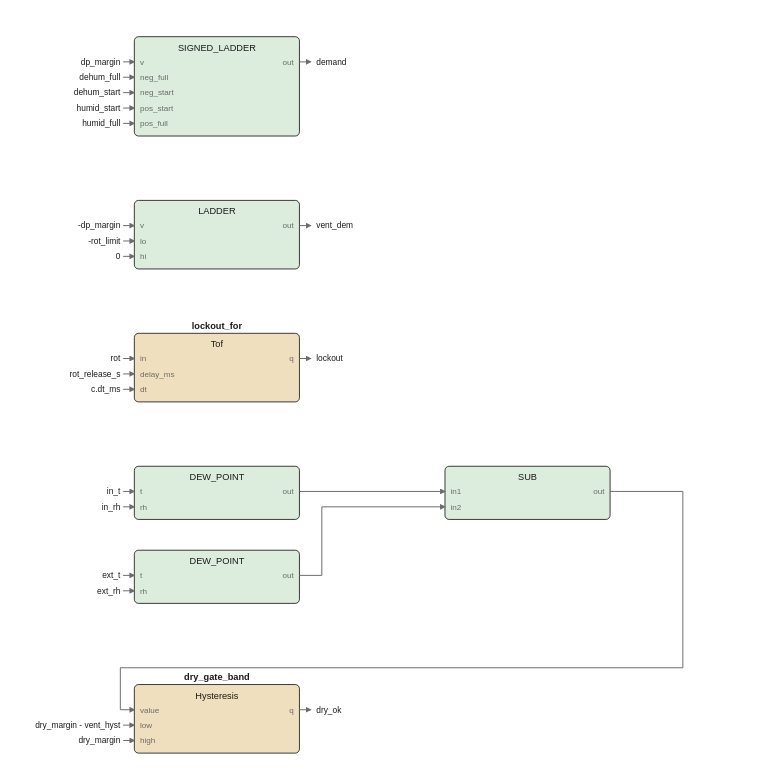
This is images/logic/humidity_fbd.drawio.svg from pstch/botanik2, a draw.io export, as it was before one commit. Source tidied: cells renumbered, new cells last; positions are measured from the earlier drawing's top-left corner, leaving out a move shared by most shapes.
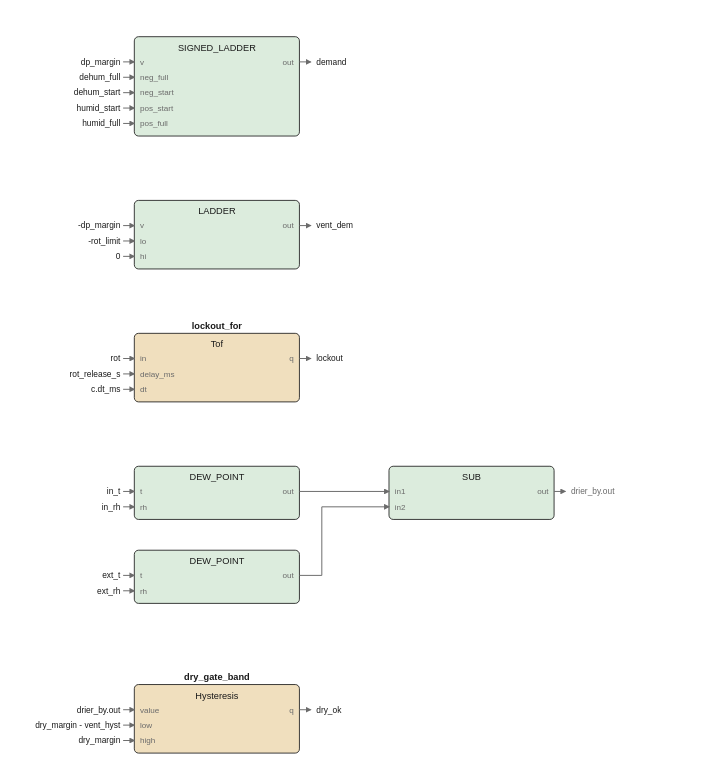
The same file after the commit.

Diff of the diagram source:
```diff
@@ -96,19 +96,19 @@
       <mxGeometry x="124" y="381.2" width="40" height="9.8" as="geometry" />
     </mxCell>
     <mxCell id="33" style="rounded=1;fillColor=#dcecdd;strokeColor=#1a1a1a;whiteSpace=wrap;html=1;fontSize=8;" parent="1" vertex="1">
-      <mxGeometry x="232" y="307" width="118" height="38" as="geometry" />
+      <mxGeometry x="192" y="307" width="118" height="38" as="geometry" />
     </mxCell>
     <mxCell id="34" value="SUB" style="text;html=1;fontSize=6;fontColor=#1a1a1a;align=center;" parent="1" vertex="1">
-      <mxGeometry x="291" y="310.4" width="40" height="10.6" as="geometry" />
+      <mxGeometry x="251" y="310.4" width="40" height="10.6" as="geometry" />
     </mxCell>
     <mxCell id="35" value="in1" style="text;html=1;fontSize=5;fontColor=#6b6b6b;align=left;" parent="1" vertex="1">
-      <mxGeometry x="236" y="321.2" width="40" height="9.8" as="geometry" />
+      <mxGeometry x="196" y="321.2" width="40" height="9.8" as="geometry" />
     </mxCell>
     <mxCell id="36" value="in2" style="text;html=1;fontSize=5;fontColor=#6b6b6b;align=left;" parent="1" vertex="1">
-      <mxGeometry x="236" y="332.2" width="40" height="9.8" as="geometry" />
+      <mxGeometry x="196" y="332.2" width="40" height="9.8" as="geometry" />
     </mxCell>
     <mxCell id="37" value="out" style="text;html=1;fontSize=5;fontColor=#6b6b6b;align=left;" parent="1" vertex="1">
-      <mxGeometry x="346" y="321.2" width="40" height="9.8" as="geometry" />
+      <mxGeometry x="306" y="321.2" width="40" height="9.8" as="geometry" />
     </mxCell>
     <mxCell id="38" style="rounded=1;fillColor=#f0dfbe;strokeColor=#1a1a1a;whiteSpace=wrap;html=1;fontSize=8;" parent="1" vertex="1">
       <mxGeometry x="10" y="463" width="118" height="49" as="geometry" />
@@ -169,184 +169,190 @@
     </mxCell>
     <mxCell id="53" style="edgeStyle=none;html=1;strokeColor=#6b6b6b;endArrow=block;" parent="1" edge="1">
       <mxGeometry relative="1" as="geometry">
-        <mxPoint x="128" y="325" as="sourcePoint" />
-        <mxPoint x="232" y="325" as="targetPoint" />
+        <mxPoint x="310" y="325" as="sourcePoint" />
+        <mxPoint x="318" y="325" as="targetPoint" />
       </mxGeometry>
     </mxCell>
-    <mxCell id="54" style="edgeStyle=none;html=1;strokeColor=#6b6b6b;endArrow=block;" parent="1" edge="1">
-      <mxGeometry relative="1" as="geometry">
-        <mxPoint x="128" y="385" as="sourcePoint" />
-        <mxPoint x="232" y="336" as="targetPoint" />
-        <Array as="points">
-          <mxPoint x="144" y="385" />
-          <mxPoint x="144" y="336" />
-        </Array>
-      </mxGeometry>
-    </mxCell>
+    <mxCell id="90" value="drier_by.out" style="text;html=1;fontSize=6;fontColor=#6b6b6b;align=left;" parent="1" vertex="1">
+      <mxGeometry x="322" y="321" width="60" height="10" as="geometry" />
+    </mxCell>
     <mxCell id="55" style="edgeStyle=none;html=1;strokeColor=#6b6b6b;endArrow=block;" parent="1" edge="1">
       <mxGeometry relative="1" as="geometry">
-        <mxPoint x="350" y="325" as="sourcePoint" />
-        <mxPoint x="10" y="481" as="targetPoint" />
-        <Array as="points">
-          <mxPoint x="402" y="325" />
-          <mxPoint x="402" y="451" />
-          <mxPoint y="451" />
-          <mxPoint y="481" />
-        </Array>
+        <mxPoint x="128" y="325" as="sourcePoint" />
+        <mxPoint x="192" y="325" as="targetPoint" />
       </mxGeometry>
     </mxCell>
+    <mxCell id="91" style="edgeStyle=none;html=1;strokeColor=#6b6b6b;endArrow=block;" parent="1" edge="1">
+      <mxGeometry relative="1" as="geometry">
+        <mxPoint x="128" y="385" as="sourcePoint" />
+        <mxPoint x="192" y="336" as="targetPoint" />
+        <Array as="points">
+          <mxPoint x="144" y="385" />
+          <mxPoint x="144" y="336" />
+        </Array>
+      </mxGeometry>
+    </mxCell>
     <mxCell id="56" value="dp_margin" style="text;html=1;fontSize=6;fontColor=#1a1a1a;align=left;" parent="1" vertex="1">
       <mxGeometry y="14" width="45" height="10" as="geometry" />
     </mxCell>
-    <mxCell id="57" style="edgeStyle=none;html=1;strokeColor=#6b6b6b;endArrow=block;" parent="1" edge="1">
-      <mxGeometry relative="1" as="geometry">
-        <mxPoint x="2" y="18" as="sourcePoint" />
-        <mxPoint x="10" y="18" as="targetPoint" />
-      </mxGeometry>
-    </mxCell>
+    <mxCell id="92" style="edgeStyle=none;html=1;strokeColor=#6b6b6b;endArrow=block;" parent="1" edge="1">
+      <mxGeometry relative="1" as="geometry">
+        <mxPoint x="2" y="18" as="sourcePoint" />
+        <mxPoint x="10" y="18" as="targetPoint" />
+      </mxGeometry>
+    </mxCell>
     <mxCell id="58" value="dehum_full" style="text;html=1;fontSize=6;fontColor=#1a1a1a;align=left;" parent="1" vertex="1">
       <mxGeometry y="25" width="50" height="10" as="geometry" />
     </mxCell>
-    <mxCell id="59" style="edgeStyle=none;html=1;strokeColor=#6b6b6b;endArrow=block;" parent="1" edge="1">
-      <mxGeometry relative="1" as="geometry">
-        <mxPoint x="2" y="29" as="sourcePoint" />
-        <mxPoint x="10" y="29" as="targetPoint" />
-      </mxGeometry>
-    </mxCell>
+    <mxCell id="93" style="edgeStyle=none;html=1;strokeColor=#6b6b6b;endArrow=block;" parent="1" edge="1">
+      <mxGeometry relative="1" as="geometry">
+        <mxPoint x="2" y="29" as="sourcePoint" />
+        <mxPoint x="10" y="29" as="targetPoint" />
+      </mxGeometry>
+    </mxCell>
     <mxCell id="60" value="dehum_start" style="text;html=1;fontSize=6;fontColor=#1a1a1a;align=left;" parent="1" vertex="1">
       <mxGeometry y="36" width="55" height="10" as="geometry" />
     </mxCell>
-    <mxCell id="61" style="edgeStyle=none;html=1;strokeColor=#6b6b6b;endArrow=block;" parent="1" edge="1">
-      <mxGeometry relative="1" as="geometry">
-        <mxPoint x="2" y="40" as="sourcePoint" />
-        <mxPoint x="10" y="40" as="targetPoint" />
-      </mxGeometry>
-    </mxCell>
+    <mxCell id="94" style="edgeStyle=none;html=1;strokeColor=#6b6b6b;endArrow=block;" parent="1" edge="1">
+      <mxGeometry relative="1" as="geometry">
+        <mxPoint x="2" y="40" as="sourcePoint" />
+        <mxPoint x="10" y="40" as="targetPoint" />
+      </mxGeometry>
+    </mxCell>
     <mxCell id="62" value="humid_start" style="text;html=1;fontSize=6;fontColor=#1a1a1a;align=left;" parent="1" vertex="1">
       <mxGeometry y="47" width="55" height="10" as="geometry" />
     </mxCell>
-    <mxCell id="63" style="edgeStyle=none;html=1;strokeColor=#6b6b6b;endArrow=block;" parent="1" edge="1">
-      <mxGeometry relative="1" as="geometry">
-        <mxPoint x="2" y="51" as="sourcePoint" />
-        <mxPoint x="10" y="51" as="targetPoint" />
-      </mxGeometry>
-    </mxCell>
+    <mxCell id="95" style="edgeStyle=none;html=1;strokeColor=#6b6b6b;endArrow=block;" parent="1" edge="1">
+      <mxGeometry relative="1" as="geometry">
+        <mxPoint x="2" y="51" as="sourcePoint" />
+        <mxPoint x="10" y="51" as="targetPoint" />
+      </mxGeometry>
+    </mxCell>
     <mxCell id="64" value="humid_full" style="text;html=1;fontSize=6;fontColor=#1a1a1a;align=left;" parent="1" vertex="1">
       <mxGeometry y="58" width="50" height="10" as="geometry" />
     </mxCell>
-    <mxCell id="65" style="edgeStyle=none;html=1;strokeColor=#6b6b6b;endArrow=block;" parent="1" edge="1">
-      <mxGeometry relative="1" as="geometry">
-        <mxPoint x="2" y="62" as="sourcePoint" />
-        <mxPoint x="10" y="62" as="targetPoint" />
-      </mxGeometry>
-    </mxCell>
+    <mxCell id="96" style="edgeStyle=none;html=1;strokeColor=#6b6b6b;endArrow=block;" parent="1" edge="1">
+      <mxGeometry relative="1" as="geometry">
+        <mxPoint x="2" y="62" as="sourcePoint" />
+        <mxPoint x="10" y="62" as="targetPoint" />
+      </mxGeometry>
+    </mxCell>
     <mxCell id="66" value="-dp_margin" style="text;html=1;fontSize=6;fontColor=#1a1a1a;align=left;" parent="1" vertex="1">
       <mxGeometry y="131" width="50" height="10" as="geometry" />
     </mxCell>
-    <mxCell id="67" style="edgeStyle=none;html=1;strokeColor=#6b6b6b;endArrow=block;" parent="1" edge="1">
-      <mxGeometry relative="1" as="geometry">
-        <mxPoint x="2" y="135" as="sourcePoint" />
-        <mxPoint x="10" y="135" as="targetPoint" />
-      </mxGeometry>
-    </mxCell>
+    <mxCell id="97" style="edgeStyle=none;html=1;strokeColor=#6b6b6b;endArrow=block;" parent="1" edge="1">
+      <mxGeometry relative="1" as="geometry">
+        <mxPoint x="2" y="135" as="sourcePoint" />
+        <mxPoint x="10" y="135" as="targetPoint" />
+      </mxGeometry>
+    </mxCell>
     <mxCell id="68" value="-rot_limit" style="text;html=1;fontSize=6;fontColor=#1a1a1a;align=left;" parent="1" vertex="1">
       <mxGeometry y="142" width="50" height="10" as="geometry" />
     </mxCell>
-    <mxCell id="69" style="edgeStyle=none;html=1;strokeColor=#6b6b6b;endArrow=block;" parent="1" edge="1">
-      <mxGeometry relative="1" as="geometry">
-        <mxPoint x="2" y="146" as="sourcePoint" />
-        <mxPoint x="10" y="146" as="targetPoint" />
-      </mxGeometry>
-    </mxCell>
+    <mxCell id="98" style="edgeStyle=none;html=1;strokeColor=#6b6b6b;endArrow=block;" parent="1" edge="1">
+      <mxGeometry relative="1" as="geometry">
+        <mxPoint x="2" y="146" as="sourcePoint" />
+        <mxPoint x="10" y="146" as="targetPoint" />
+      </mxGeometry>
+    </mxCell>
     <mxCell id="70" value="0" style="text;html=1;fontSize=6;fontColor=#1a1a1a;align=left;" parent="1" vertex="1">
       <mxGeometry y="153" width="40" height="10" as="geometry" />
     </mxCell>
-    <mxCell id="71" style="edgeStyle=none;html=1;strokeColor=#6b6b6b;endArrow=block;" parent="1" edge="1">
-      <mxGeometry relative="1" as="geometry">
-        <mxPoint x="2" y="157" as="sourcePoint" />
-        <mxPoint x="10" y="157" as="targetPoint" />
-      </mxGeometry>
-    </mxCell>
+    <mxCell id="99" style="edgeStyle=none;html=1;strokeColor=#6b6b6b;endArrow=block;" parent="1" edge="1">
+      <mxGeometry relative="1" as="geometry">
+        <mxPoint x="2" y="157" as="sourcePoint" />
+        <mxPoint x="10" y="157" as="targetPoint" />
+      </mxGeometry>
+    </mxCell>
     <mxCell id="72" value="rot" style="text;html=1;fontSize=6;fontColor=#1a1a1a;align=left;" parent="1" vertex="1">
       <mxGeometry y="226" width="40" height="10" as="geometry" />
     </mxCell>
-    <mxCell id="73" style="edgeStyle=none;html=1;strokeColor=#6b6b6b;endArrow=block;" parent="1" edge="1">
-      <mxGeometry relative="1" as="geometry">
-        <mxPoint x="2" y="230" as="sourcePoint" />
-        <mxPoint x="10" y="230" as="targetPoint" />
-      </mxGeometry>
-    </mxCell>
+    <mxCell id="100" style="edgeStyle=none;html=1;strokeColor=#6b6b6b;endArrow=block;" parent="1" edge="1">
+      <mxGeometry relative="1" as="geometry">
+        <mxPoint x="2" y="230" as="sourcePoint" />
+        <mxPoint x="10" y="230" as="targetPoint" />
+      </mxGeometry>
+    </mxCell>
     <mxCell id="74" value="rot_release_s" style="text;html=1;fontSize=6;fontColor=#1a1a1a;align=left;" parent="1" vertex="1">
       <mxGeometry y="237" width="65" height="10" as="geometry" />
     </mxCell>
-    <mxCell id="75" style="edgeStyle=none;html=1;strokeColor=#6b6b6b;endArrow=block;" parent="1" edge="1">
-      <mxGeometry relative="1" as="geometry">
-        <mxPoint x="2" y="241" as="sourcePoint" />
-        <mxPoint x="10" y="241" as="targetPoint" />
-      </mxGeometry>
-    </mxCell>
+    <mxCell id="101" style="edgeStyle=none;html=1;strokeColor=#6b6b6b;endArrow=block;" parent="1" edge="1">
+      <mxGeometry relative="1" as="geometry">
+        <mxPoint x="2" y="241" as="sourcePoint" />
+        <mxPoint x="10" y="241" as="targetPoint" />
+      </mxGeometry>
+    </mxCell>
     <mxCell id="76" value="c.dt_ms" style="text;html=1;fontSize=6;fontColor=#1a1a1a;align=left;" parent="1" vertex="1">
       <mxGeometry y="248" width="40" height="10" as="geometry" />
     </mxCell>
-    <mxCell id="77" style="edgeStyle=none;html=1;strokeColor=#6b6b6b;endArrow=block;" parent="1" edge="1">
-      <mxGeometry relative="1" as="geometry">
-        <mxPoint x="2" y="252" as="sourcePoint" />
-        <mxPoint x="10" y="252" as="targetPoint" />
-      </mxGeometry>
-    </mxCell>
+    <mxCell id="102" style="edgeStyle=none;html=1;strokeColor=#6b6b6b;endArrow=block;" parent="1" edge="1">
+      <mxGeometry relative="1" as="geometry">
+        <mxPoint x="2" y="252" as="sourcePoint" />
+        <mxPoint x="10" y="252" as="targetPoint" />
+      </mxGeometry>
+    </mxCell>
     <mxCell id="78" value="in_t" style="text;html=1;fontSize=6;fontColor=#1a1a1a;align=left;" parent="1" vertex="1">
       <mxGeometry y="321" width="40" height="10" as="geometry" />
     </mxCell>
-    <mxCell id="79" style="edgeStyle=none;html=1;strokeColor=#6b6b6b;endArrow=block;" parent="1" edge="1">
-      <mxGeometry relative="1" as="geometry">
-        <mxPoint x="2" y="325" as="sourcePoint" />
-        <mxPoint x="10" y="325" as="targetPoint" />
-      </mxGeometry>
-    </mxCell>
+    <mxCell id="103" style="edgeStyle=none;html=1;strokeColor=#6b6b6b;endArrow=block;" parent="1" edge="1">
+      <mxGeometry relative="1" as="geometry">
+        <mxPoint x="2" y="325" as="sourcePoint" />
+        <mxPoint x="10" y="325" as="targetPoint" />
+      </mxGeometry>
+    </mxCell>
     <mxCell id="80" value="in_rh" style="text;html=1;fontSize=6;fontColor=#1a1a1a;align=left;" parent="1" vertex="1">
       <mxGeometry y="332" width="40" height="10" as="geometry" />
     </mxCell>
-    <mxCell id="81" style="edgeStyle=none;html=1;strokeColor=#6b6b6b;endArrow=block;" parent="1" edge="1">
-      <mxGeometry relative="1" as="geometry">
-        <mxPoint x="2" y="336" as="sourcePoint" />
-        <mxPoint x="10" y="336" as="targetPoint" />
-      </mxGeometry>
-    </mxCell>
+    <mxCell id="104" style="edgeStyle=none;html=1;strokeColor=#6b6b6b;endArrow=block;" parent="1" edge="1">
+      <mxGeometry relative="1" as="geometry">
+        <mxPoint x="2" y="336" as="sourcePoint" />
+        <mxPoint x="10" y="336" as="targetPoint" />
+      </mxGeometry>
+    </mxCell>
     <mxCell id="82" value="ext_t" style="text;html=1;fontSize=6;fontColor=#1a1a1a;align=left;" parent="1" vertex="1">
       <mxGeometry y="381" width="40" height="10" as="geometry" />
     </mxCell>
-    <mxCell id="83" style="edgeStyle=none;html=1;strokeColor=#6b6b6b;endArrow=block;" parent="1" edge="1">
-      <mxGeometry relative="1" as="geometry">
-        <mxPoint x="2" y="385" as="sourcePoint" />
-        <mxPoint x="10" y="385" as="targetPoint" />
-      </mxGeometry>
-    </mxCell>
+    <mxCell id="105" style="edgeStyle=none;html=1;strokeColor=#6b6b6b;endArrow=block;" parent="1" edge="1">
+      <mxGeometry relative="1" as="geometry">
+        <mxPoint x="2" y="385" as="sourcePoint" />
+        <mxPoint x="10" y="385" as="targetPoint" />
+      </mxGeometry>
+    </mxCell>
     <mxCell id="84" value="ext_rh" style="text;html=1;fontSize=6;fontColor=#1a1a1a;align=left;" parent="1" vertex="1">
       <mxGeometry y="392" width="40" height="10" as="geometry" />
     </mxCell>
-    <mxCell id="85" style="edgeStyle=none;html=1;strokeColor=#6b6b6b;endArrow=block;" parent="1" edge="1">
-      <mxGeometry relative="1" as="geometry">
-        <mxPoint x="2" y="396" as="sourcePoint" />
-        <mxPoint x="10" y="396" as="targetPoint" />
-      </mxGeometry>
-    </mxCell>
+    <mxCell id="106" style="edgeStyle=none;html=1;strokeColor=#6b6b6b;endArrow=block;" parent="1" edge="1">
+      <mxGeometry relative="1" as="geometry">
+        <mxPoint x="2" y="396" as="sourcePoint" />
+        <mxPoint x="10" y="396" as="targetPoint" />
+      </mxGeometry>
+    </mxCell>
+    <mxCell id="107" value="drier_by.out" style="text;html=1;fontSize=6;fontColor=#1a1a1a;align=left;" parent="1" vertex="1">
+      <mxGeometry y="477" width="60" height="10" as="geometry" />
+    </mxCell>
+    <mxCell id="108" style="edgeStyle=none;html=1;strokeColor=#6b6b6b;endArrow=block;" parent="1" edge="1">
+      <mxGeometry relative="1" as="geometry">
+        <mxPoint x="2" y="481" as="sourcePoint" />
+        <mxPoint x="10" y="481" as="targetPoint" />
+      </mxGeometry>
+    </mxCell>
     <mxCell id="86" value="dry_margin - vent_hyst" style="text;html=1;fontSize=6;fontColor=#1a1a1a;align=left;" parent="1" vertex="1">
       <mxGeometry y="488" width="110" height="10" as="geometry" />
     </mxCell>
-    <mxCell id="87" style="edgeStyle=none;html=1;strokeColor=#6b6b6b;endArrow=block;" parent="1" edge="1">
-      <mxGeometry relative="1" as="geometry">
-        <mxPoint x="2" y="492" as="sourcePoint" />
-        <mxPoint x="10" y="492" as="targetPoint" />
-      </mxGeometry>
-    </mxCell>
+    <mxCell id="109" style="edgeStyle=none;html=1;strokeColor=#6b6b6b;endArrow=block;" parent="1" edge="1">
+      <mxGeometry relative="1" as="geometry">
+        <mxPoint x="2" y="492" as="sourcePoint" />
+        <mxPoint x="10" y="492" as="targetPoint" />
+      </mxGeometry>
+    </mxCell>
     <mxCell id="88" value="dry_margin" style="text;html=1;fontSize=6;fontColor=#1a1a1a;align=left;" parent="1" vertex="1">
       <mxGeometry y="499" width="50" height="10" as="geometry" />
     </mxCell>
-    <mxCell id="89" style="edgeStyle=none;html=1;strokeColor=#6b6b6b;endArrow=block;" parent="1" edge="1">
-      <mxGeometry relative="1" as="geometry">
-        <mxPoint x="2" y="503" as="sourcePoint" />
-        <mxPoint x="10" y="503" as="targetPoint" />
-      </mxGeometry>
-    </mxCell>
+    <mxCell id="110" style="edgeStyle=none;html=1;strokeColor=#6b6b6b;endArrow=block;" parent="1" edge="1">
+      <mxGeometry relative="1" as="geometry">
+        <mxPoint x="2" y="503" as="sourcePoint" />
+        <mxPoint x="10" y="503" as="targetPoint" />
+      </mxGeometry>
+    </mxCell>
   </root>
 </mxGraphModel>
```
